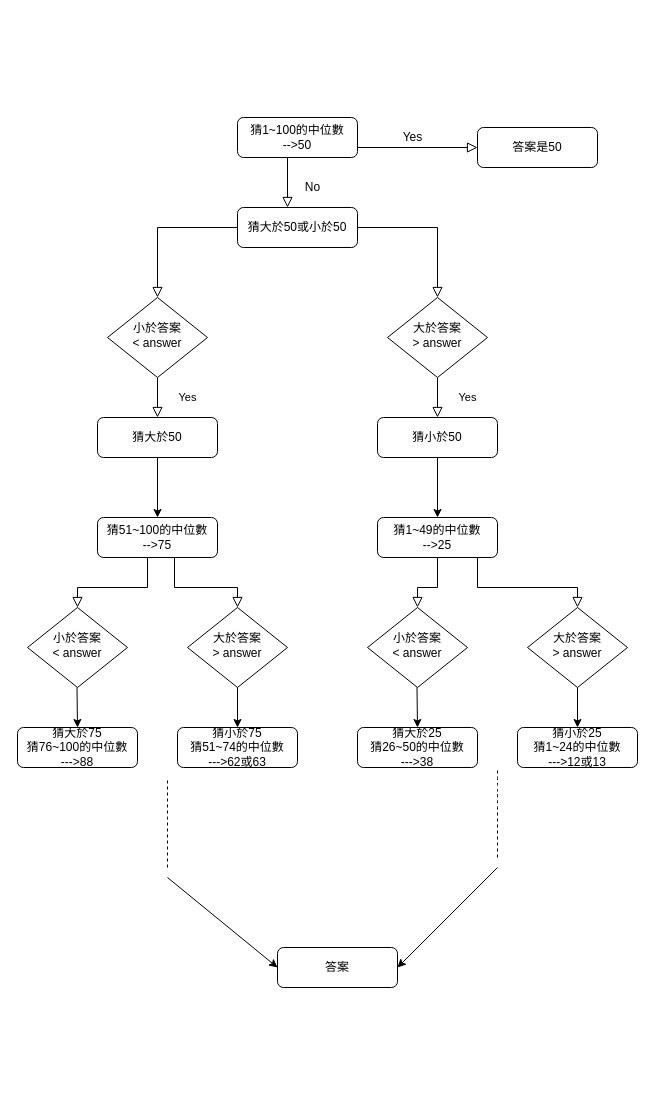
This is number guess.drawio from chekuin7/ACcamp, a draw.io file, before an edit. Source tidied: cells renumbered, new cells numbered last; positions are measured from the earlier drawing's top-left corner, leaving out a move shared by most shapes. Both pictures are drawn from the tidied source at 100%, with x=0, y=0 at pixel (17, 117).
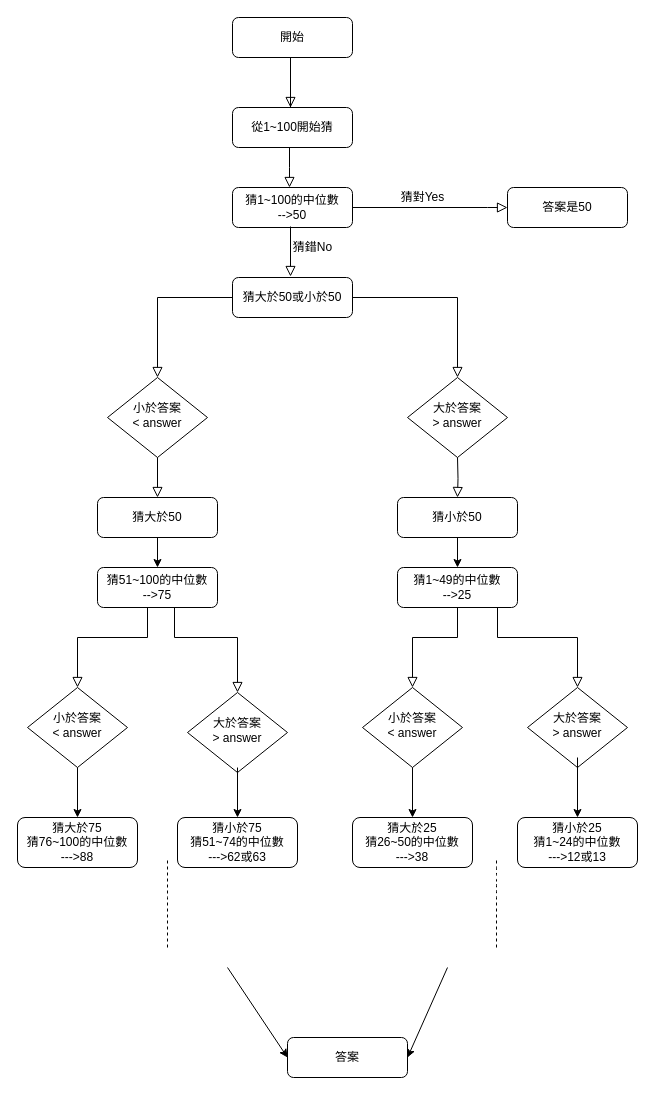
The same diagram, later.

The edit, as a diff of the source:
```diff
@@
     <mxCell id="2" style="rounded=0;html=1;jettySize=auto;fontSize=11;endArrow=block;endFill=0;endSize=8;strokeWidth=1;shadow=0;labelBackgroundColor=none;edgeStyle=orthogonalEdgeStyle;exitX=1;exitY=0.5;exitDx=0;exitDy=0;" parent="1" edge="1" source="35" target="5">
       <mxGeometry relative="1" as="geometry">
         <Array as="points">
-          <mxPoint x="420" y="110" />
+          <mxPoint x="440" y="180" />
         </Array>
       </mxGeometry>
     </mxCell>
     <mxCell id="3" value="猜1~100的中位數&lt;br&gt;--&amp;gt;50" style="rounded=1;whiteSpace=wrap;html=1;fontSize=12;glass=0;strokeWidth=1;shadow=0;" parent="1" vertex="1">
-      <mxGeometry x="220" width="120" height="40" as="geometry" />
+      <mxGeometry x="215" y="70" width="120" height="40" as="geometry" />
     </mxCell>
-    <mxCell id="4" value="Yes" style="edgeStyle=orthogonalEdgeStyle;rounded=0;html=1;jettySize=auto;fontSize=11;endArrow=block;endFill=0;endSize=8;strokeWidth=1;shadow=0;labelBackgroundColor=none;" parent="1" edge="1" source="5" target="7">
-      <mxGeometry y="30" relative="1" as="geometry" />
-    </mxCell>
     <mxCell id="5" value="大於答案&lt;br&gt;&amp;gt; answer" style="rhombus;whiteSpace=wrap;html=1;shadow=0;fontFamily=Helvetica;fontSize=12;align=center;strokeWidth=1;spacing=6;spacingTop=-4;" parent="1" vertex="1">
-      <mxGeometry x="370" y="180" width="100" height="80" as="geometry" />
+      <mxGeometry x="390" y="260" width="100" height="80" as="geometry" />
     </mxCell>
@@
     <mxCell id="7" value="猜小於50" style="rounded=1;whiteSpace=wrap;html=1;fontSize=12;glass=0;strokeWidth=1;shadow=0;" parent="1" vertex="1">
-      <mxGeometry x="360" y="300" width="120" height="40" as="geometry" />
+      <mxGeometry x="380" y="380" width="120" height="40" as="geometry" />
     </mxCell>
-    <mxCell id="8" value="Yes" style="edgeStyle=orthogonalEdgeStyle;rounded=0;html=1;jettySize=auto;fontSize=11;endArrow=block;endFill=0;endSize=8;strokeWidth=1;shadow=0;labelBackgroundColor=none;" parent="1" edge="1" source="9" target="10">
-      <mxGeometry y="30" relative="1" as="geometry" />
-    </mxCell>
     <mxCell id="9" value="小於答案&lt;br&gt;&amp;lt; answer" style="rhombus;whiteSpace=wrap;html=1;shadow=0;fontFamily=Helvetica;fontSize=12;align=center;strokeWidth=1;spacing=6;spacingTop=-4;" parent="1" vertex="1">
-      <mxGeometry x="90" y="180" width="100" height="80" as="geometry" />
+      <mxGeometry x="90" y="260" width="100" height="80" as="geometry" />
     </mxCell>
     <mxCell id="10" value="猜大於50" style="rounded=1;whiteSpace=wrap;html=1;fontSize=12;glass=0;strokeWidth=1;shadow=0;" parent="1" vertex="1">
-      <mxGeometry x="80" y="300" width="120" height="40" as="geometry" />
+      <mxGeometry x="80" y="380" width="120" height="40" as="geometry" />
     </mxCell>
     <mxCell id="11" value="猜1~49的中位數&lt;br&gt;--&amp;gt;25" style="rounded=1;whiteSpace=wrap;html=1;fontSize=12;glass=0;strokeWidth=1;shadow=0;" parent="1" vertex="1">
-      <mxGeometry x="360" y="400" width="120" height="40" as="geometry" />
+      <mxGeometry x="380" y="450" width="120" height="40" as="geometry" />
     </mxCell>
     <mxCell id="12" value="猜51~100的中位數&lt;br&gt;--&amp;gt;75" style="rounded=1;whiteSpace=wrap;html=1;fontSize=12;glass=0;strokeWidth=1;shadow=0;" parent="1" vertex="1">
-      <mxGeometry x="80" y="400" width="120" height="40" as="geometry" />
+      <mxGeometry x="80" y="450" width="120" height="40" as="geometry" />
     </mxCell>
     <mxCell id="13" style="rounded=0;html=1;jettySize=auto;fontSize=11;endArrow=block;endFill=0;endSize=8;strokeWidth=1;shadow=0;labelBackgroundColor=none;edgeStyle=orthogonalEdgeStyle;entryX=0.5;entryY=0;entryDx=0;entryDy=0;exitX=0;exitY=0.5;exitDx=0;exitDy=0;" parent="1" edge="1" source="35" target="9">
       <mxGeometry relative="1" as="geometry">
         <Array as="points">
-          <mxPoint x="140" y="110" />
+          <mxPoint x="140" y="180" />
         </Array>
       </mxGeometry>
     </mxCell>
@@
     <mxCell id="15" value="小於答案&lt;br&gt;&amp;lt; answer" style="rhombus;whiteSpace=wrap;html=1;shadow=0;fontFamily=Helvetica;fontSize=12;align=center;strokeWidth=1;spacing=6;spacingTop=-4;" parent="1" vertex="1">
-      <mxGeometry x="10" y="490" width="100" height="80" as="geometry" />
+      <mxGeometry x="10" y="570" width="100" height="80" as="geometry" />
     </mxCell>
     <mxCell id="16" value="大於答案&lt;br&gt;&amp;gt; answer" style="rhombus;whiteSpace=wrap;html=1;shadow=0;fontFamily=Helvetica;fontSize=12;align=center;strokeWidth=1;spacing=6;spacingTop=-4;" parent="1" vertex="1">
-      <mxGeometry x="170" y="490" width="100" height="80" as="geometry" />
+      <mxGeometry x="170" y="575" width="100" height="80" as="geometry" />
     </mxCell>
-    <mxCell id="17" style="rounded=0;html=1;jettySize=auto;fontSize=11;endArrow=block;endFill=0;endSize=8;strokeWidth=1;shadow=0;labelBackgroundColor=none;edgeStyle=orthogonalEdgeStyle;entryX=0.5;entryY=0;entryDx=0;entryDy=0;exitX=0.5;exitY=1;exitDx=0;exitDy=0;" parent="1" edge="1" source="12" target="15">
+    <mxCell id="17" style="rounded=0;html=1;jettySize=auto;fontSize=11;endArrow=block;endFill=0;endSize=8;strokeWidth=1;shadow=0;labelBackgroundColor=none;edgeStyle=orthogonalEdgeStyle;entryX=0.5;entryY=0;entryDx=0;entryDy=0;" parent="1" edge="1" target="15">
       <mxGeometry relative="1" as="geometry">
+        <mxPoint x="130" y="490" as="sourcePoint" />
         <Array as="points">
-          <mxPoint x="130" y="440" />
-          <mxPoint x="130" y="470" />
-          <mxPoint x="60" y="470" />
+          <mxPoint x="130" y="520" />
+          <mxPoint x="60" y="520" />
         </Array>
       </mxGeometry>
     </mxCell>
     <mxCell id="18" style="rounded=0;html=1;jettySize=auto;fontSize=11;endArrow=block;endFill=0;endSize=8;strokeWidth=1;shadow=0;labelBackgroundColor=none;edgeStyle=orthogonalEdgeStyle;entryX=0.5;entryY=0;entryDx=0;entryDy=0;" parent="1" edge="1" target="16">
       <mxGeometry relative="1" as="geometry">
-        <mxPoint x="157" y="440" as="sourcePoint" />
+        <mxPoint x="157" y="490" as="sourcePoint" />
         <Array as="points">
-          <mxPoint x="157" y="470" />
-          <mxPoint x="220" y="470" />
+          <mxPoint x="157" y="520" />
+          <mxPoint x="220" y="520" />
         </Array>
       </mxGeometry>
     </mxCell>
     <mxCell id="19" value="猜大於75&lt;br&gt;猜76~100的中位數&lt;br&gt;---&amp;gt;88" style="rounded=1;whiteSpace=wrap;html=1;fontSize=12;glass=0;strokeWidth=1;shadow=0;" parent="1" vertex="1">
-      <mxGeometry y="610" width="120" height="40" as="geometry" />
+      <mxGeometry y="700" width="120" height="50" as="geometry" />
     </mxCell>
-    <mxCell id="20" style="endArrow=classic;html=1;exitX=0.5;exitY=1;exitDx=0;exitDy=0;" parent="1" edge="1">
+    <mxCell id="20" style="endArrow=classic;html=1;entryX=0.5;entryY=0;entryDx=0;entryDy=0;" parent="1" edge="1" target="19">
       <mxGeometry relative="1" as="geometry">
-        <mxPoint x="59.5" y="570" as="sourcePoint" />
-        <mxPoint x="60" y="610" as="targetPoint" />
+        <mxPoint x="60" y="650" as="sourcePoint" />
       </mxGeometry>
     </mxCell>
     <mxCell id="21" value="猜小於75&lt;br&gt;猜51~74的中位數&lt;br&gt;---&amp;gt;62或63" style="rounded=1;whiteSpace=wrap;html=1;fontSize=12;glass=0;strokeWidth=1;shadow=0;" parent="1" vertex="1">
-      <mxGeometry x="160" y="610" width="120" height="40" as="geometry" />
+      <mxGeometry x="160" y="700" width="120" height="50" as="geometry" />
     </mxCell>
-    <mxCell id="22" style="endArrow=classic;html=1;exitX=0.5;exitY=1;exitDx=0;exitDy=0;entryX=0.5;entryY=0;entryDx=0;entryDy=0;" parent="1" edge="1" source="16" target="21">
+    <mxCell id="22" style="endArrow=classic;html=1;entryX=0.5;entryY=0;entryDx=0;entryDy=0;exitX=0.5;exitY=0.938;exitDx=0;exitDy=0;exitPerimeter=0;" parent="1" edge="1" source="16" target="21">
       <mxGeometry relative="1" as="geometry" />
     </mxCell>
     <mxCell id="23" value="小於答案&lt;br&gt;&amp;lt; answer" style="rhombus;whiteSpace=wrap;html=1;shadow=0;fontFamily=Helvetica;fontSize=12;align=center;strokeWidth=1;spacing=6;spacingTop=-4;" parent="1" vertex="1">
-      <mxGeometry x="350" y="490" width="100" height="80" as="geometry" />
+      <mxGeometry x="345" y="570" width="100" height="80" as="geometry" />
     </mxCell>
     <mxCell id="24" value="大於答案&lt;br&gt;&amp;gt; answer" style="rhombus;whiteSpace=wrap;html=1;shadow=0;fontFamily=Helvetica;fontSize=12;align=center;strokeWidth=1;spacing=6;spacingTop=-4;" parent="1" vertex="1">
-      <mxGeometry x="510" y="490" width="100" height="80" as="geometry" />
+      <mxGeometry x="510" y="570" width="100" height="80" as="geometry" />
     </mxCell>
     <mxCell id="25" value="猜大於25&lt;br&gt;猜26~50的中位數&lt;br&gt;---&amp;gt;38" style="rounded=1;whiteSpace=wrap;html=1;fontSize=12;glass=0;strokeWidth=1;shadow=0;" parent="1" vertex="1">
-      <mxGeometry x="340" y="610" width="120" height="40" as="geometry" />
+      <mxGeometry x="335" y="700" width="120" height="50" as="geometry" />
     </mxCell>
-    <mxCell id="26" style="endArrow=classic;html=1;exitX=0.5;exitY=1;exitDx=0;exitDy=0;" parent="1" edge="1">
+    <mxCell id="26" style="endArrow=classic;html=1;entryX=0.5;entryY=0;entryDx=0;entryDy=0;" parent="1" edge="1" target="25">
       <mxGeometry relative="1" as="geometry">
-        <mxPoint x="399.5" y="570" as="sourcePoint" />
-        <mxPoint x="400" y="610" as="targetPoint" />
+        <mxPoint x="395" y="650" as="sourcePoint" />
       </mxGeometry>
     </mxCell>
     <mxCell id="27" value="猜小於25&lt;br&gt;猜1~24的中位數&lt;br&gt;---&amp;gt;12或13" style="rounded=1;whiteSpace=wrap;html=1;fontSize=12;glass=0;strokeWidth=1;shadow=0;" parent="1" vertex="1">
-      <mxGeometry x="500" y="610" width="120" height="40" as="geometry" />
+      <mxGeometry x="500" y="700" width="120" height="50" as="geometry" />
     </mxCell>
-    <mxCell id="28" style="endArrow=classic;html=1;exitX=0.5;exitY=1;exitDx=0;exitDy=0;entryX=0.5;entryY=0;entryDx=0;entryDy=0;" parent="1" edge="1" source="24" target="27">
-      <mxGeometry relative="1" as="geometry" />
+    <mxCell id="28" style="endArrow=classic;html=1;entryX=0.5;entryY=0;entryDx=0;entryDy=0;" parent="1" edge="1" target="27">
+      <mxGeometry relative="1" as="geometry">
+        <mxPoint x="560" y="640" as="sourcePoint" />
+      </mxGeometry>
     </mxCell>
-    <mxCell id="29" style="rounded=0;html=1;jettySize=auto;orthogonalLoop=1;fontSize=11;endArrow=block;endFill=0;endSize=8;strokeWidth=1;shadow=0;labelBackgroundColor=none;edgeStyle=orthogonalEdgeStyle;" parent="1" edge="1">
+    <mxCell id="29" style="rounded=0;html=1;jettySize=auto;fontSize=11;endArrow=block;endFill=0;endSize=8;strokeWidth=1;shadow=0;labelBackgroundColor=none;edgeStyle=orthogonalEdgeStyle;entryX=0.5;entryY=0;entryDx=0;entryDy=0;" parent="1" edge="1" target="24">
       <mxGeometry relative="1" as="geometry">
-        <mxPoint x="460" y="440" as="sourcePoint" />
-        <mxPoint x="560" y="490" as="targetPoint" />
+        <mxPoint x="460" y="490" as="sourcePoint" />
         <Array as="points">
-          <mxPoint x="460" y="470" />
-          <mxPoint x="560" y="470" />
-          <mxPoint x="560" y="490" />
+          <mxPoint x="480" y="490" />
+          <mxPoint x="480" y="520" />
+          <mxPoint x="560" y="520" />
         </Array>
       </mxGeometry>
     </mxCell>
-    <mxCell id="30" style="rounded=0;html=1;jettySize=auto;fontSize=11;endArrow=block;endFill=0;endSize=8;strokeWidth=1;shadow=0;labelBackgroundColor=none;edgeStyle=orthogonalEdgeStyle;entryX=0.5;entryY=0;entryDx=0;entryDy=0;exitX=0.5;exitY=1;exitDx=0;exitDy=0;" parent="1" edge="1" target="23">
+    <mxCell id="30" style="rounded=0;html=1;jettySize=auto;fontSize=11;endArrow=block;endFill=0;endSize=8;strokeWidth=1;shadow=0;labelBackgroundColor=none;edgeStyle=orthogonalEdgeStyle;entryX=0.5;entryY=0;entryDx=0;entryDy=0;" parent="1" edge="1" target="23">
       <mxGeometry relative="1" as="geometry">
-        <mxPoint x="420" y="440" as="sourcePoint" />
+        <mxPoint x="420" y="490" as="sourcePoint" />
         <Array as="points">
-          <mxPoint x="420" y="470" />
-          <mxPoint x="400" y="470" />
+          <mxPoint x="440" y="490" />
+          <mxPoint x="440" y="520" />
+          <mxPoint x="395" y="520" />
         </Array>
       </mxGeometry>
     </mxCell>
     <mxCell id="31" style="endArrow=none;dashed=1;html=1;" parent="1" edge="1">
       <mxGeometry relative="1" as="geometry">
-        <mxPoint x="150" y="750" as="sourcePoint" />
-        <mxPoint x="150" y="660" as="targetPoint" />
+        <mxPoint x="150" y="830" as="sourcePoint" />
+        <mxPoint x="150" y="740" as="targetPoint" />
         <Array as="points">
-          <mxPoint x="150" y="690" />
+          <mxPoint x="150" y="770" />
         </Array>
       </mxGeometry>
     </mxCell>
     <mxCell id="32" style="endArrow=none;dashed=1;html=1;" parent="1" edge="1">
       <mxGeometry relative="1" as="geometry">
-        <mxPoint x="480" y="740" as="sourcePoint" />
-        <mxPoint x="480" y="650" as="targetPoint" />
+        <mxPoint x="479" y="830" as="sourcePoint" />
+        <mxPoint x="479" y="740" as="targetPoint" />
         <Array as="points">
-          <mxPoint x="480" y="680" />
-          <mxPoint x="480" y="670" />
+          <mxPoint x="479" y="770" />
+          <mxPoint x="479" y="760" />
         </Array>
       </mxGeometry>
     </mxCell>
     <mxCell id="33" style="endArrow=classic;html=1;entryX=0;entryY=0.5;entryDx=0;entryDy=0;" parent="1" edge="1" target="41">
       <mxGeometry relative="1" as="geometry">
-        <mxPoint x="150" y="760" as="sourcePoint" />
+        <mxPoint x="210" y="850" as="sourcePoint" />
       </mxGeometry>
     </mxCell>
     <mxCell id="34" style="endArrow=classic;html=1;entryX=1;entryY=0.5;entryDx=0;entryDy=0;" parent="1" edge="1" target="41">
       <mxGeometry relative="1" as="geometry">
-        <mxPoint x="480" y="750" as="sourcePoint" />
+        <mxPoint x="430" y="850" as="sourcePoint" />
       </mxGeometry>
     </mxCell>
     <mxCell id="35" value="猜大於50或小於50" style="rounded=1;whiteSpace=wrap;html=1;fontSize=12;glass=0;strokeWidth=1;shadow=0;" parent="1" vertex="1">
-      <mxGeometry x="220" y="90" width="120" height="40" as="geometry" />
+      <mxGeometry x="215" y="160" width="120" height="40" as="geometry" />
     </mxCell>
     <mxCell id="36" style="rounded=0;html=1;jettySize=auto;orthogonalLoop=1;fontSize=11;endArrow=block;endFill=0;endSize=8;strokeWidth=1;shadow=0;labelBackgroundColor=none;edgeStyle=orthogonalEdgeStyle;exitX=1;exitY=0.5;exitDx=0;exitDy=0;" parent="1" edge="1">
       <mxGeometry relative="1" as="geometry">
-        <mxPoint x="270" y="40" as="sourcePoint" />
-        <mxPoint x="270" y="90" as="targetPoint" />
+        <mxPoint x="273" y="109" as="sourcePoint" />
+        <mxPoint x="273" y="159" as="targetPoint" />
         <Array as="points">
-          <mxPoint x="270" y="90" />
+          <mxPoint x="273" y="159" />
         </Array>
       </mxGeometry>
     </mxCell>
     <mxCell id="37" style="rounded=0;html=1;jettySize=auto;fontSize=11;endArrow=block;endFill=0;endSize=8;strokeWidth=1;shadow=0;labelBackgroundColor=none;edgeStyle=orthogonalEdgeStyle;exitX=1;exitY=0.5;exitDx=0;exitDy=0;" parent="1" edge="1" source="3">
       <mxGeometry relative="1" as="geometry">
-        <mxPoint x="460" y="30" as="targetPoint" />
+        <mxPoint x="490" y="90" as="targetPoint" />
         <Array as="points">
-          <mxPoint x="340" y="30" />
+          <mxPoint x="470" y="90" />
         </Array>
       </mxGeometry>
     </mxCell>
     <mxCell id="38" value="答案是50" style="rounded=1;whiteSpace=wrap;html=1;fontSize=12;glass=0;strokeWidth=1;shadow=0;" parent="1" vertex="1">
-      <mxGeometry x="460" y="10" width="120" height="40" as="geometry" />
+      <mxGeometry x="490" y="70" width="120" height="40" as="geometry" />
     </mxCell>
-    <mxCell id="39" value="Yes" style="text;html=1;align=center;verticalAlign=middle;" parent="1" vertex="1">
-      <mxGeometry x="380" y="10" width="30" height="20" as="geometry" />
+    <mxCell id="39" value="猜對Yes" style="text;html=1;align=center;verticalAlign=middle;" parent="1" vertex="1">
+      <mxGeometry x="375" y="70" width="60" height="20" as="geometry" />
     </mxCell>
-    <mxCell id="40" value="No" style="text;html=1;align=center;verticalAlign=middle;" parent="1" vertex="1">
-      <mxGeometry x="280" y="60" width="30" height="20" as="geometry" />
+    <mxCell id="40" value="猜錯No" style="text;html=1;align=center;verticalAlign=middle;" parent="1" vertex="1">
+      <mxGeometry x="270" y="120" width="50" height="20" as="geometry" />
     </mxCell>
     <mxCell id="41" value="答案" style="rounded=1;whiteSpace=wrap;html=1;fontSize=12;glass=0;strokeWidth=1;shadow=0;" parent="1" vertex="1">
-      <mxGeometry x="260" y="830" width="120" height="40" as="geometry" />
+      <mxGeometry x="270" y="920" width="120" height="40" as="geometry" />
     </mxCell>
+    <mxCell id="42" value="從1~100開始猜" style="rounded=1;whiteSpace=wrap;html=1;fontSize=12;glass=0;strokeWidth=1;shadow=0;" parent="1" vertex="1">
+      <mxGeometry x="215" y="-10" width="120" height="40" as="geometry" />
+    </mxCell>
+    <mxCell id="43" value="開始" style="rounded=1;whiteSpace=wrap;html=1;fontSize=12;glass=0;strokeWidth=1;shadow=0;" parent="1" vertex="1">
+      <mxGeometry x="215" y="-100" width="120" height="40" as="geometry" />
+    </mxCell>
+    <mxCell id="44" style="rounded=0;html=1;jettySize=auto;orthogonalLoop=1;fontSize=11;endArrow=block;endFill=0;endSize=8;strokeWidth=1;shadow=0;labelBackgroundColor=none;edgeStyle=orthogonalEdgeStyle;" parent="1" edge="1">
+      <mxGeometry relative="1" as="geometry">
+        <mxPoint x="273" y="-10" as="sourcePoint" />
+        <mxPoint x="273" y="-10" as="targetPoint" />
+        <Array as="points">
+          <mxPoint x="273" y="-60" />
+          <mxPoint x="273" y="-60" />
+        </Array>
+      </mxGeometry>
+    </mxCell>
+    <mxCell id="45" style="rounded=0;html=1;jettySize=auto;orthogonalLoop=1;fontSize=11;endArrow=block;endFill=0;endSize=8;strokeWidth=1;shadow=0;labelBackgroundColor=none;edgeStyle=orthogonalEdgeStyle;entryX=0.5;entryY=0;entryDx=0;entryDy=0;exitX=0.5;exitY=1;exitDx=0;exitDy=0;" parent="1" edge="1">
+      <mxGeometry relative="1" as="geometry">
+        <mxPoint x="272" y="30" as="sourcePoint" />
+        <mxPoint x="272" y="70" as="targetPoint" />
+        <Array as="points">
+          <mxPoint x="272" y="50" />
+          <mxPoint x="272" y="50" />
+        </Array>
+      </mxGeometry>
+    </mxCell>
+    <mxCell id="8" style="rounded=0;html=1;jettySize=auto;fontSize=11;endArrow=block;endFill=0;endSize=8;strokeWidth=1;shadow=0;labelBackgroundColor=none;edgeStyle=orthogonalEdgeStyle;exitX=0.5;exitY=1;exitDx=0;exitDy=0;entryX=0.5;entryY=0;entryDx=0;entryDy=0;" parent="1" edge="1" source="9" target="10">
+      <mxGeometry relative="1" as="geometry" />
+    </mxCell>
+    <mxCell id="46" style="rounded=0;html=1;jettySize=auto;fontSize=11;endArrow=block;endFill=0;endSize=8;strokeWidth=1;shadow=0;labelBackgroundColor=none;edgeStyle=orthogonalEdgeStyle;entryX=0.5;entryY=0;entryDx=0;entryDy=0;" parent="1" edge="1" target="7">
+      <mxGeometry relative="1" as="geometry">
+        <mxPoint x="440" y="340" as="sourcePoint" />
+      </mxGeometry>
+    </mxCell>
```
